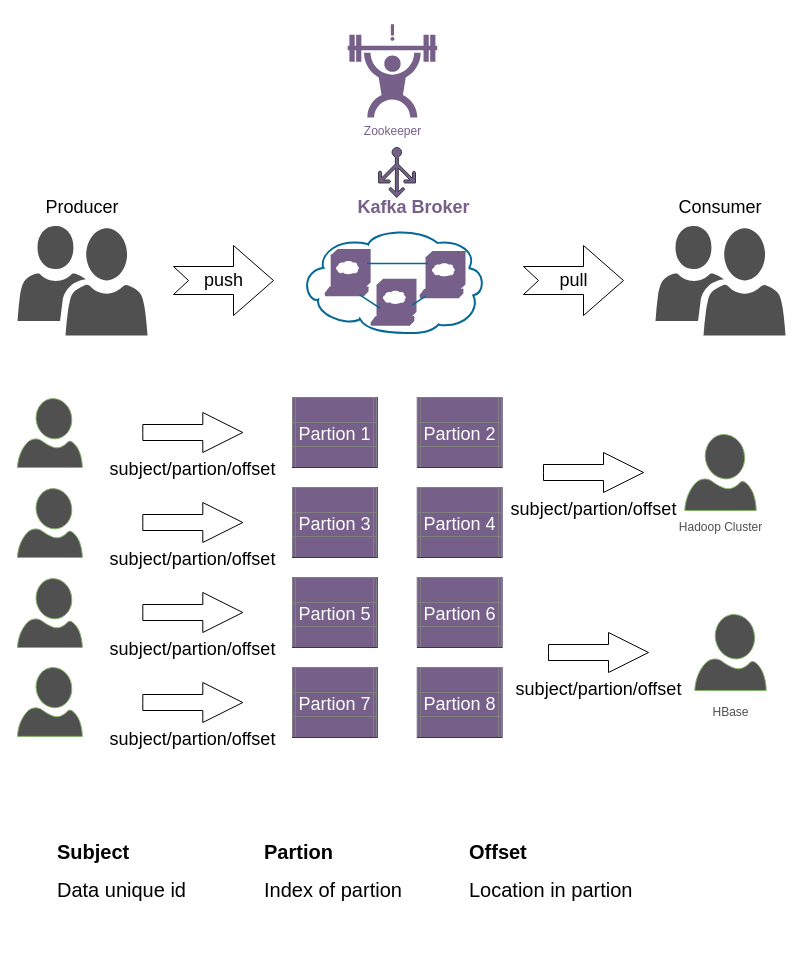
Above: Kafka Rationale.drawio in xdlhzdh/drawio (draw.io), before the change. Source tidied: cells renumbered, new cells numbered last; positions are measured from the earlier drawing's top-left corner, leaving out a move shared by most shapes. Both pictures are drawn from the tidied source at 100%, with x=0, y=0 at pixel (17, 24).
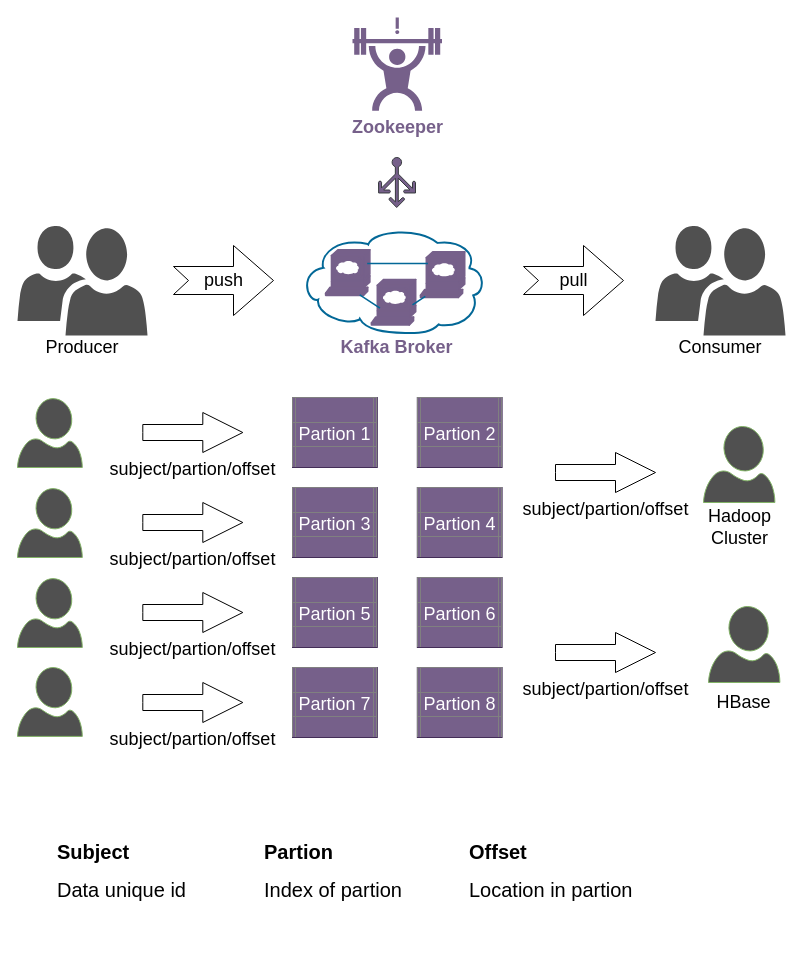
After the change.

Change to the diagram source:
```diff
@@
     <mxCell id="3" value="Producer" style="text;html=1;strokeColor=none;fillColor=none;align=center;verticalAlign=middle;whiteSpace=wrap;rounded=0;fontSize=18;" parent="1" vertex="1">
-      <mxGeometry x="25" y="173" width="80" height="20" as="geometry" />
+      <mxGeometry x="25" y="313" width="80" height="20" as="geometry" />
     </mxCell>
     <mxCell id="4" value="&lt;b&gt;&lt;font color=&quot;#76608a&quot;&gt;Kafka Broker&lt;/font&gt;&lt;/b&gt;" style="text;html=1;strokeColor=none;fillColor=none;align=center;verticalAlign=middle;whiteSpace=wrap;rounded=0;fontSize=18;" parent="1" vertex="1">
-      <mxGeometry x="338" y="173" width="117" height="20" as="geometry" />
+      <mxGeometry x="321.2" y="313" width="117" height="20" as="geometry" />
     </mxCell>
     <mxCell id="5" value="Consumer" style="text;html=1;strokeColor=none;fillColor=none;align=center;verticalAlign=middle;whiteSpace=wrap;rounded=0;fontSize=18;" parent="1" vertex="1">
-      <mxGeometry x="663" y="173" width="80" height="20" as="geometry" />
+      <mxGeometry x="663" y="313" width="80" height="20" as="geometry" />
     </mxCell>
@@
     <mxCell id="20" value="subject/partion/offset" style="verticalLabelPosition=bottom;verticalAlign=top;html=1;strokeWidth=1;shape=mxgraph.arrows2.arrow;dy=0.6;dx=40;notch=0;fontSize=18;" parent="1" vertex="1">
-      <mxGeometry x="526" y="428" width="100" height="40" as="geometry" />
+      <mxGeometry x="538" y="428" width="100" height="40" as="geometry" />
     </mxCell>
     <mxCell id="21" value="subject/partion/offset" style="verticalLabelPosition=bottom;verticalAlign=top;html=1;strokeWidth=1;shape=mxgraph.arrows2.arrow;dy=0.6;dx=40;notch=0;fontSize=18;" parent="1" vertex="1">
-      <mxGeometry x="531" y="608" width="100" height="40" as="geometry" />
+      <mxGeometry x="538" y="608" width="100" height="40" as="geometry" />
     </mxCell>
@@
-    <mxCell id="25" value="&lt;font color=&quot;#505050&quot;&gt;Hadoop Cluster&lt;/font&gt;" style="text;html=1;align=center;verticalAlign=middle;" parent="1" vertex="1">
-      <mxGeometry x="653" y="493.1" width="100" height="20" as="geometry" />
+    <mxCell id="25" value="&lt;font style=&quot;font-size: 18px&quot;&gt;Hadoop&lt;br&gt;Cluster&lt;/font&gt;" style="text;html=1;align=center;verticalAlign=middle;" parent="1" vertex="1">
+      <mxGeometry x="681.7" y="483" width="80" height="40" as="geometry" />
     </mxCell>
-    <mxCell id="26" value="&lt;font color=&quot;#505050&quot;&gt;HBase&lt;/font&gt;" style="text;html=1;align=center;verticalAlign=middle;" parent="1" vertex="1">
-      <mxGeometry x="688" y="678" width="50" height="20" as="geometry" />
+    <mxCell id="26" value="&lt;font style=&quot;font-size: 18px&quot;&gt;HBase&lt;/font&gt;" style="text;html=1;align=center;verticalAlign=middle;" parent="1" vertex="1">
+      <mxGeometry x="691" y="668" width="70" height="20" as="geometry" />
     </mxCell>
     <mxCell id="27" style="shadow=0;dashed=0;html=1;strokeColor=#82b366;labelPosition=center;verticalLabelPosition=bottom;verticalAlign=top;align=center;fillColor=#505050;shape=mxgraph.azure.user;" parent="1" vertex="1">
-      <mxGeometry x="677.3" y="590" width="71.4" height="76" as="geometry" />
+      <mxGeometry x="691" y="582" width="71.4" height="76" as="geometry" />
     </mxCell>
     <mxCell id="28" style="shadow=0;dashed=0;html=1;strokeColor=#82b366;labelPosition=center;verticalLabelPosition=bottom;verticalAlign=top;align=center;fillColor=#505050;shape=mxgraph.azure.user;" parent="1" vertex="1">
-      <mxGeometry x="667.3" y="410" width="71.4" height="76" as="geometry" />
+      <mxGeometry x="686" y="402" width="71.4" height="76" as="geometry" />
     </mxCell>
@@
-    <mxCell id="30" value="&lt;font color=&quot;#76608a&quot;&gt;Zookeeper&lt;/font&gt;" style="shadow=0;dashed=0;html=1;strokeColor=none;labelPosition=center;verticalLabelPosition=bottom;verticalAlign=top;align=center;fillColor=#76608A;shape=mxgraph.mscae.enterprise.load_testing;" parent="1" vertex="1">
-      <mxGeometry x="330.2" y="-0.2" width="89.5" height="93.2" as="geometry" />
+    <mxCell id="30" value="&lt;font color=&quot;#76608a&quot; style=&quot;font-size: 18px&quot;&gt;&lt;b&gt;Zookeeper&lt;/b&gt;&lt;/font&gt;" style="shadow=0;dashed=0;html=1;strokeColor=none;labelPosition=center;verticalLabelPosition=bottom;verticalAlign=top;align=center;fillColor=#76608A;shape=mxgraph.mscae.enterprise.load_testing;" parent="1" vertex="1">
+      <mxGeometry x="335" y="-7" width="89.5" height="93.2" as="geometry" />
     </mxCell>
     <mxCell id="31" style="shadow=0;dashed=0;html=1;strokeColor=#36393d;labelPosition=center;verticalLabelPosition=bottom;verticalAlign=top;align=center;fillColor=#76608A;shape=mxgraph.azure.load_balancer_generic;" parent="1" vertex="1">
-      <mxGeometry x="361" y="123" width="37" height="50" as="geometry" />
+      <mxGeometry x="361" y="133" width="37" height="50" as="geometry" />
     </mxCell>
```
